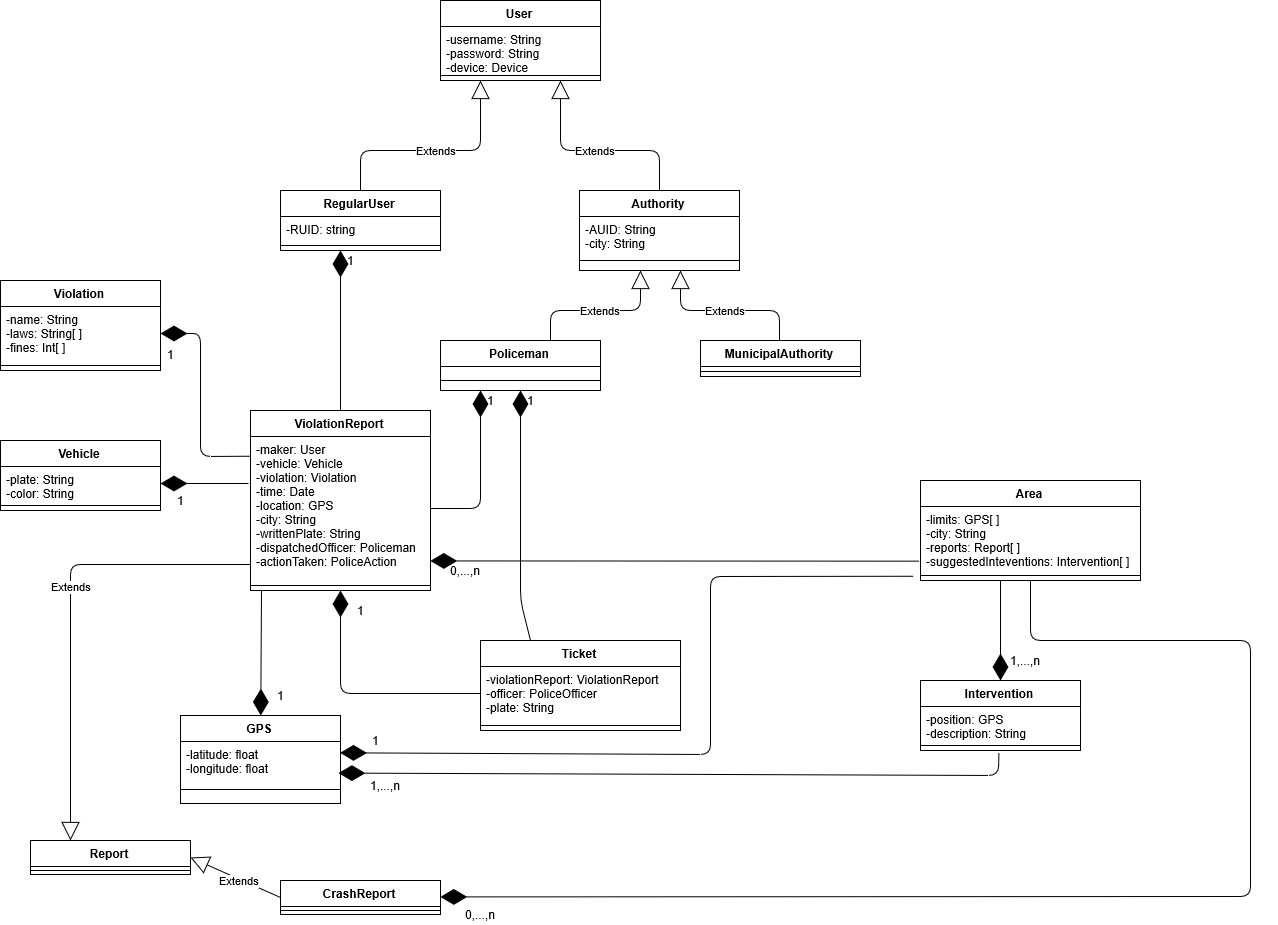
fafrullo2/PanzeriPeruginiPipita keeps this draw.io diagram as DD/Images/ADV_class_diagram.png. Above is the earlier version. Source tidied: cells renumbered, new cells last; positions are measured from the earlier drawing's top-left corner, leaving out a move shared by most shapes.
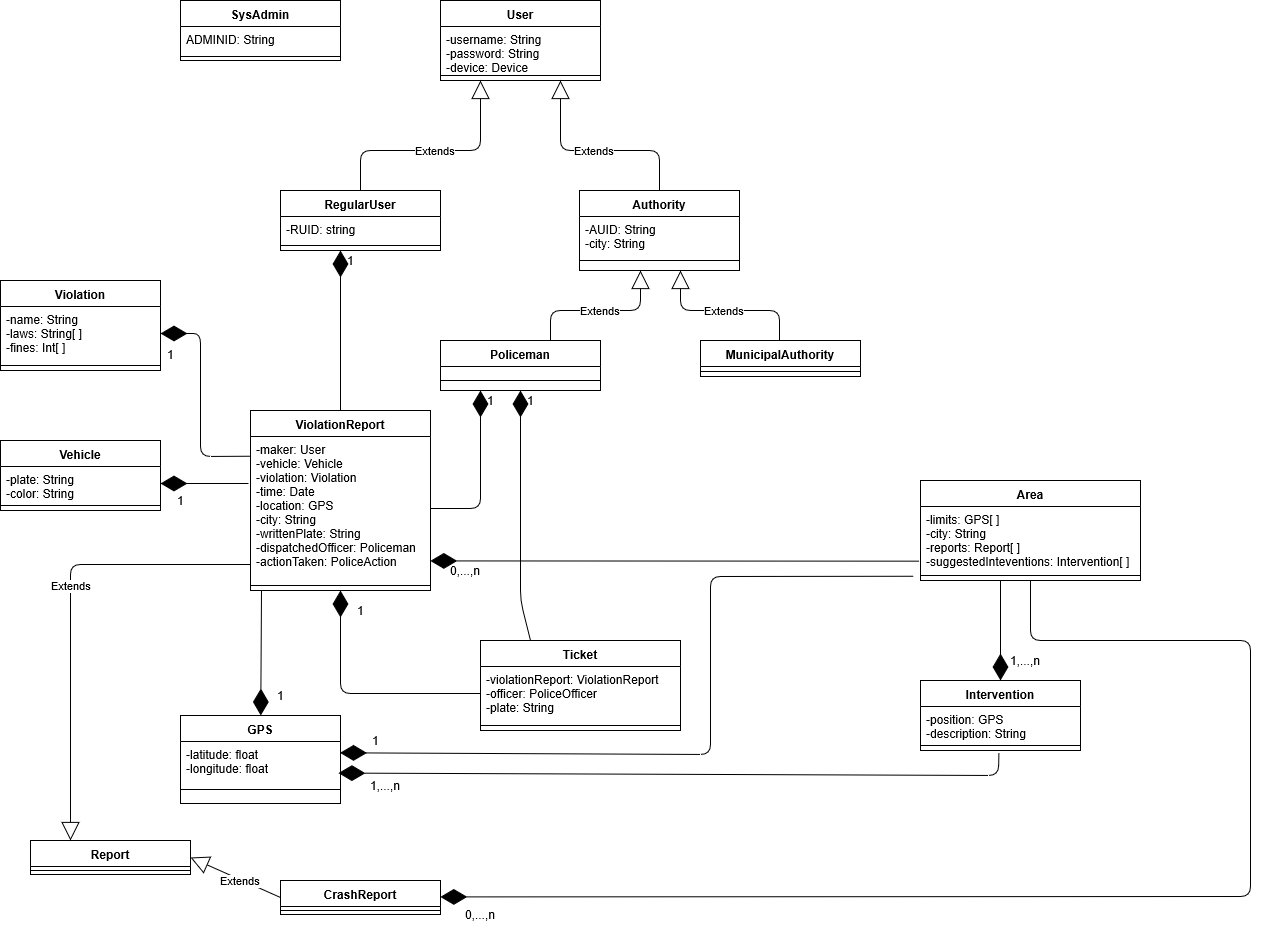
Later version of the same file.

What changed in the source:
```diff
@@ -277,5 +277,14 @@
     <mxCell id="70" value="0,...,n" style="text;html=1;align=center;verticalAlign=middle;" parent="1" vertex="1">
       <mxGeometry x="455" y="904" width="50" height="20" as="geometry" />
     </mxCell>
+    <mxCell id="71" value="SysAdmin" style="swimlane;fontStyle=1;align=center;verticalAlign=top;horizontal=1;startSize=26;" parent="1" vertex="1">
+      <mxGeometry x="180" width="160" height="60" as="geometry" />
+    </mxCell>
+    <mxCell id="72" value="ADMINID: String" style="text;strokeColor=none;fillColor=none;align=left;verticalAlign=top;spacingLeft=4;spacingRight=4;overflow=hidden;" parent="71" vertex="1">
+      <mxGeometry y="26" width="160" height="26" as="geometry" />
+    </mxCell>
+    <mxCell id="73" style="line;strokeWidth=1;fillColor=none;align=left;verticalAlign=middle;spacingTop=-1;spacingLeft=3;spacingRight=3;labelPosition=right;" parent="71" vertex="1">
+      <mxGeometry y="52" width="160" height="8" as="geometry" />
+    </mxCell>
   </root>
 </mxGraphModel>
```
